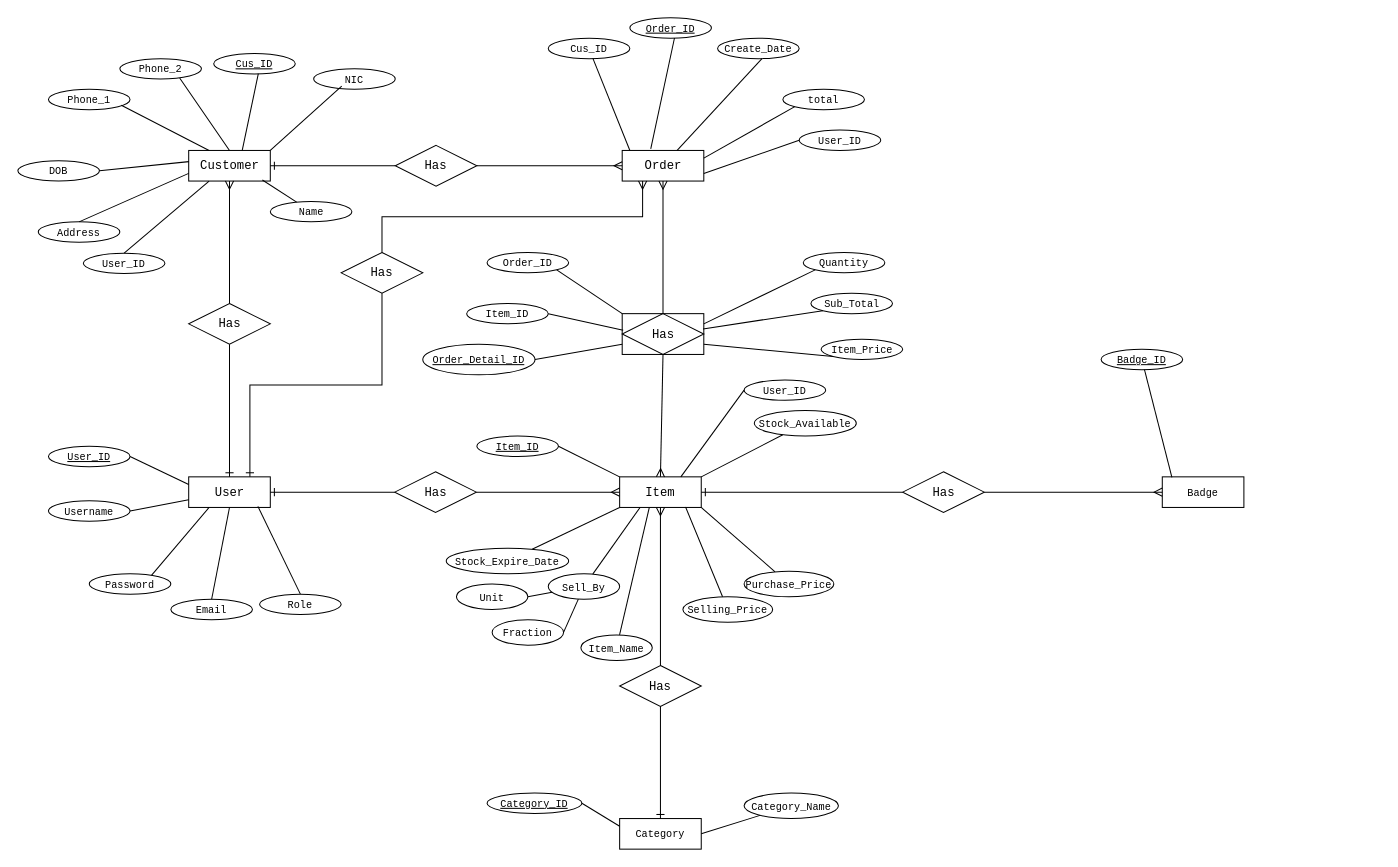
AmilSrinath/New-POS keeps this draw.io diagram as page "Page-1" (1 of 2) of POS.drawio. Above is the earlier version. Source tidied: cells renumbered, new cells numbered last; positions are measured from the earlier drawing's top-left corner, leaving out a move shared by most shapes. Both pictures are drawn from the tidied source at 102%, with x=0, y=0 at pixel (17, 17).
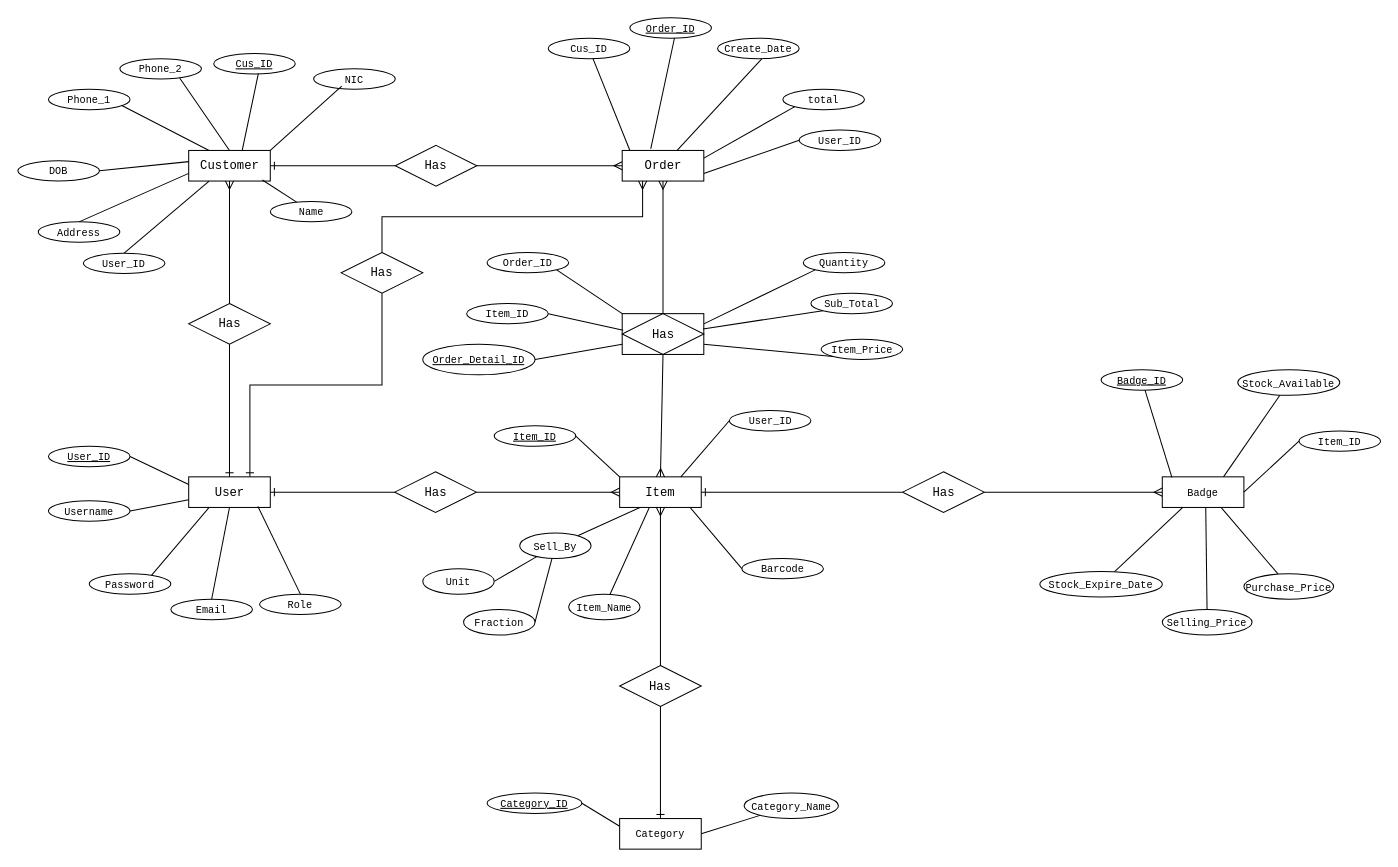
The same page after the edit.

The change refers to these unchanged cells:
```xml
<mxCell id="2" value="&lt;font face=&quot;Courier New&quot;&gt;Item&lt;/font&gt;" style="whiteSpace=wrap;html=1;align=center;" parent="1" vertex="1">
  <mxGeometry x="590" y="450" width="80" height="30" as="geometry" />
</mxCell>
<mxCell id="98" value="&lt;span style=&quot;font-family: &amp;quot;Courier New&amp;quot;; font-size: 10px;&quot;&gt;Badge&lt;/span&gt;" style="whiteSpace=wrap;html=1;align=center;" parent="1" vertex="1">
  <mxGeometry x="1122" y="450" width="80" height="30" as="geometry" />
</mxCell>
```

Diff of the diagram source:
```diff
@@
     <mxCell id="4" value="&lt;font face=&quot;Courier New&quot; style=&quot;font-size: 10px;&quot;&gt;Item_Name&lt;/font&gt;" style="ellipse;whiteSpace=wrap;html=1;align=center;" parent="1" vertex="1">
-      <mxGeometry x="552" y="605" width="70" height="25" as="geometry" />
+      <mxGeometry x="540" y="565" width="70" height="25" as="geometry" />
     </mxCell>
-    <mxCell id="5" style="rounded=0;jettySize=auto;html=1;endArrow=none;endFill=0;entryX=0.808;entryY=0.986;entryDx=0;entryDy=0;entryPerimeter=0;" parent="1" edge="1" source="6" target="2">
-      <mxGeometry relative="1" as="geometry" />
+    <mxCell id="5" style="rounded=0;jettySize=auto;html=1;endArrow=none;endFill=0;entryX=0.808;entryY=0.986;entryDx=0;entryDy=0;entryPerimeter=0;" parent="1" edge="1" source="6">
+      <mxGeometry relative="1" as="geometry">
+        <mxPoint x="1164.6" y="480" as="targetPoint" />
+      </mxGeometry>
     </mxCell>
     <mxCell id="6" value="&lt;font face=&quot;Courier New&quot; style=&quot;font-size: 10px;&quot;&gt;Selling_Price&lt;/font&gt;" style="ellipse;whiteSpace=wrap;html=1;align=center;" parent="1" vertex="1">
-      <mxGeometry x="652" y="567.5" width="88" height="25" as="geometry" />
+      <mxGeometry x="1122" y="580" width="88" height="25" as="geometry" />
     </mxCell>
-    <mxCell id="7" style="rounded=0;jettySize=auto;html=1;endArrow=none;endFill=0;entryX=1;entryY=1;entryDx=0;entryDy=0;" parent="1" edge="1" source="8" target="2">
-      <mxGeometry relative="1" as="geometry" />
+    <mxCell id="7" style="rounded=0;jettySize=auto;html=1;endArrow=none;endFill=0;entryX=1;entryY=1;entryDx=0;entryDy=0;" parent="1" edge="1" source="8">
+      <mxGeometry relative="1" as="geometry">
+        <mxPoint x="1180" y="480.4" as="targetPoint" />
+      </mxGeometry>
     </mxCell>
     <mxCell id="8" value="&lt;font face=&quot;Courier New&quot;&gt;&lt;font size=&quot;1&quot;&gt;Purchase_Price&lt;/font&gt;&lt;/font&gt;" style="ellipse;whiteSpace=wrap;html=1;align=center;" parent="1" vertex="1">
-      <mxGeometry x="712" y="542.5" width="88" height="25" as="geometry" />
+      <mxGeometry x="1202" y="545" width="88" height="25" as="geometry" />
     </mxCell>
-    <mxCell id="9" style="rounded=0;jettySize=auto;html=1;endArrow=none;endFill=0;entryX=1;entryY=0;entryDx=0;entryDy=0;" parent="1" edge="1" source="10" target="2">
-      <mxGeometry relative="1" as="geometry" />
+    <mxCell id="9" style="rounded=0;jettySize=auto;html=1;endArrow=none;endFill=0;entryX=1;entryY=0;entryDx=0;entryDy=0;" parent="1" edge="1" source="10">
+      <mxGeometry relative="1" as="geometry">
+        <mxPoint x="1182" y="450" as="targetPoint" />
+      </mxGeometry>
     </mxCell>
     <mxCell id="10" value="&lt;font face=&quot;Courier New&quot;&gt;&lt;font size=&quot;1&quot;&gt;Stock_Available&lt;/font&gt;&lt;/font&gt;" style="ellipse;whiteSpace=wrap;html=1;align=center;" parent="1" vertex="1">
-      <mxGeometry x="722" y="385" width="100" height="25" as="geometry" />
+      <mxGeometry x="1196" y="345" width="100" height="25" as="geometry" />
     </mxCell>
@@
     <mxCell id="14" value="&lt;div style=&quot;&quot;&gt;&lt;span style=&quot;font-size: 10px;&quot;&gt;&lt;font face=&quot;Courier New&quot;&gt;Sell_By&lt;/font&gt;&lt;/span&gt;&lt;/div&gt;" style="ellipse;whiteSpace=wrap;html=1;align=center;" parent="1" vertex="1">
-      <mxGeometry x="520" y="545" width="70" height="25" as="geometry" />
+      <mxGeometry x="492" y="505" width="70" height="25" as="geometry" />
     </mxCell>
     <mxCell id="15" value="&lt;div style=&quot;&quot;&gt;&lt;span style=&quot;font-size: 10px;&quot;&gt;&lt;font face=&quot;Courier New&quot;&gt;Unit&lt;/font&gt;&lt;/span&gt;&lt;/div&gt;" style="ellipse;whiteSpace=wrap;html=1;align=center;" parent="1" vertex="1">
-      <mxGeometry x="430" y="555" width="70" height="25" as="geometry" />
+      <mxGeometry x="397" y="540" width="70" height="25" as="geometry" />
     </mxCell>
     <mxCell id="16" value="&lt;div style=&quot;&quot;&gt;&lt;span style=&quot;font-size: 10px;&quot;&gt;&lt;font face=&quot;Courier New&quot;&gt;Fraction&lt;/font&gt;&lt;/span&gt;&lt;/div&gt;" style="ellipse;whiteSpace=wrap;html=1;align=center;" parent="1" vertex="1">
-      <mxGeometry x="465" y="590" width="70" height="25" as="geometry" />
+      <mxGeometry x="437" y="580" width="70" height="25" as="geometry" />
     </mxCell>
-    <mxCell id="17" style="rounded=0;jettySize=auto;html=1;endArrow=none;endFill=0;entryX=0;entryY=1;entryDx=0;entryDy=0;" parent="1" edge="1" source="18" target="2">
-      <mxGeometry relative="1" as="geometry" />
+    <mxCell id="17" style="rounded=0;jettySize=auto;html=1;endArrow=none;endFill=0;entryX=0;entryY=1;entryDx=0;entryDy=0;" parent="1" edge="1" source="18">
+      <mxGeometry relative="1" as="geometry">
+        <mxPoint x="1142" y="480" as="targetPoint" />
+      </mxGeometry>
     </mxCell>
     <mxCell id="18" value="&lt;font face=&quot;Courier New&quot;&gt;&lt;font size=&quot;1&quot;&gt;Stock_Expire_Date&lt;/font&gt;&lt;/font&gt;" style="ellipse;whiteSpace=wrap;html=1;align=center;" parent="1" vertex="1">
-      <mxGeometry x="420" y="520" width="120" height="25" as="geometry" />
+      <mxGeometry x="1002" y="542.9" width="120" height="25" as="geometry" />
     </mxCell>
@@
     <mxCell id="53" value="&lt;font face=&quot;Courier New&quot;&gt;&lt;font size=&quot;1&quot;&gt;&lt;u&gt;Item_ID&lt;/u&gt;&lt;/font&gt;&lt;/font&gt;" style="ellipse;whiteSpace=wrap;html=1;align=center;" parent="1" vertex="1">
-      <mxGeometry x="450" y="410" width="80" height="20" as="geometry" />
+      <mxGeometry x="467" y="400" width="80" height="20" as="geometry" />
     </mxCell>
@@
     <mxCell id="77" value="&lt;font face=&quot;Courier New&quot;&gt;&lt;font size=&quot;1&quot;&gt;User_ID&lt;/font&gt;&lt;/font&gt;" style="ellipse;whiteSpace=wrap;html=1;align=center;" parent="1" vertex="1">
-      <mxGeometry x="712" y="355" width="80" height="20" as="geometry" />
+      <mxGeometry x="697.5" y="385" width="80" height="20" as="geometry" />
     </mxCell>
@@
     <mxCell id="101" value="&lt;font face=&quot;Courier New&quot;&gt;&lt;font size=&quot;1&quot;&gt;&lt;u&gt;Badge_ID&lt;/u&gt;&lt;/font&gt;&lt;/font&gt;" style="ellipse;whiteSpace=wrap;html=1;align=center;" parent="1" vertex="1">
-      <mxGeometry x="1062" y="325" width="80" height="20" as="geometry" />
+      <mxGeometry x="1062" y="345" width="80" height="20" as="geometry" />
     </mxCell>
@@
+    <mxCell id="103" value="&lt;font face=&quot;Courier New&quot;&gt;&lt;font size=&quot;1&quot;&gt;Item_ID&lt;/font&gt;&lt;/font&gt;" style="ellipse;whiteSpace=wrap;html=1;align=center;" parent="1" vertex="1">
+      <mxGeometry x="1256" y="405" width="80" height="20" as="geometry" />
+    </mxCell>
+    <mxCell id="104" style="rounded=0;jettySize=auto;html=1;endArrow=none;endFill=0;exitX=0;exitY=0.5;exitDx=0;exitDy=0;entryX=1;entryY=0.5;entryDx=0;entryDy=0;" parent="1" edge="1" source="103" target="98">
+      <mxGeometry relative="1" as="geometry" />
+    </mxCell>
+    <mxCell id="105" value="&lt;font face=&quot;Courier New&quot;&gt;&lt;font size=&quot;1&quot;&gt;Barcode&lt;/font&gt;&lt;/font&gt;" style="ellipse;whiteSpace=wrap;html=1;align=center;" parent="1" vertex="1">
+      <mxGeometry x="709.8" y="530" width="80" height="20" as="geometry" />
+    </mxCell>
+    <mxCell id="106" style="rounded=0;jettySize=auto;html=1;endArrow=none;endFill=0;entryX=0.864;entryY=1.003;entryDx=0;entryDy=0;exitX=0;exitY=0.5;exitDx=0;exitDy=0;entryPerimeter=0;" parent="1" edge="1" source="105" target="2">
+      <mxGeometry relative="1" as="geometry" />
+    </mxCell>
```
